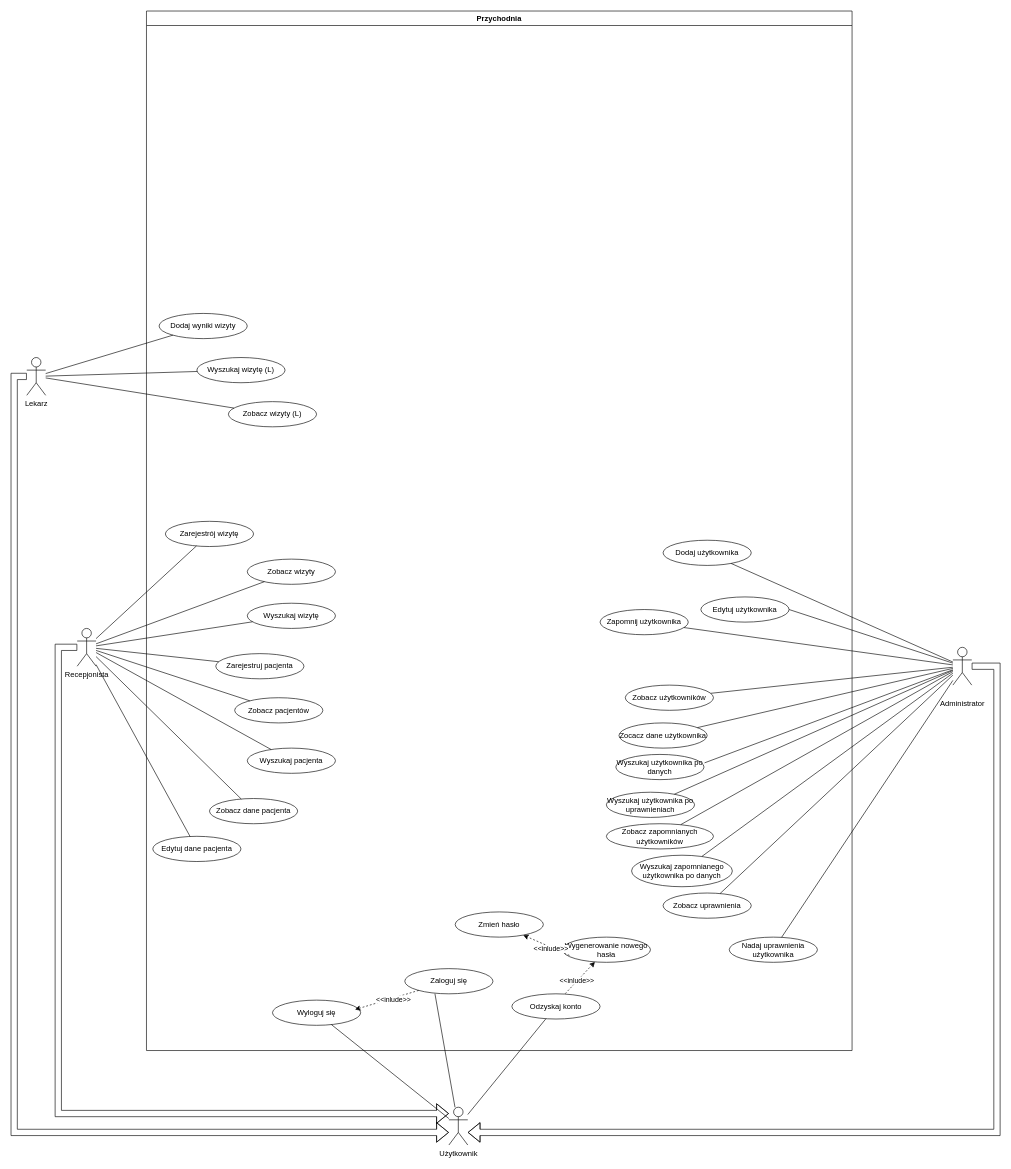
This is Przpdaki użycia.drawio from szynutix-sz/ProjektPrzychodnia, a draw.io file, before an edit. Source tidied: cells renumbered, new cells numbered last; positions are measured from the earlier drawing's top-left corner, leaving out a move shared by most shapes. Both pictures are drawn from the tidied source at 63%, with x=0, y=0 at pixel (14, 11).
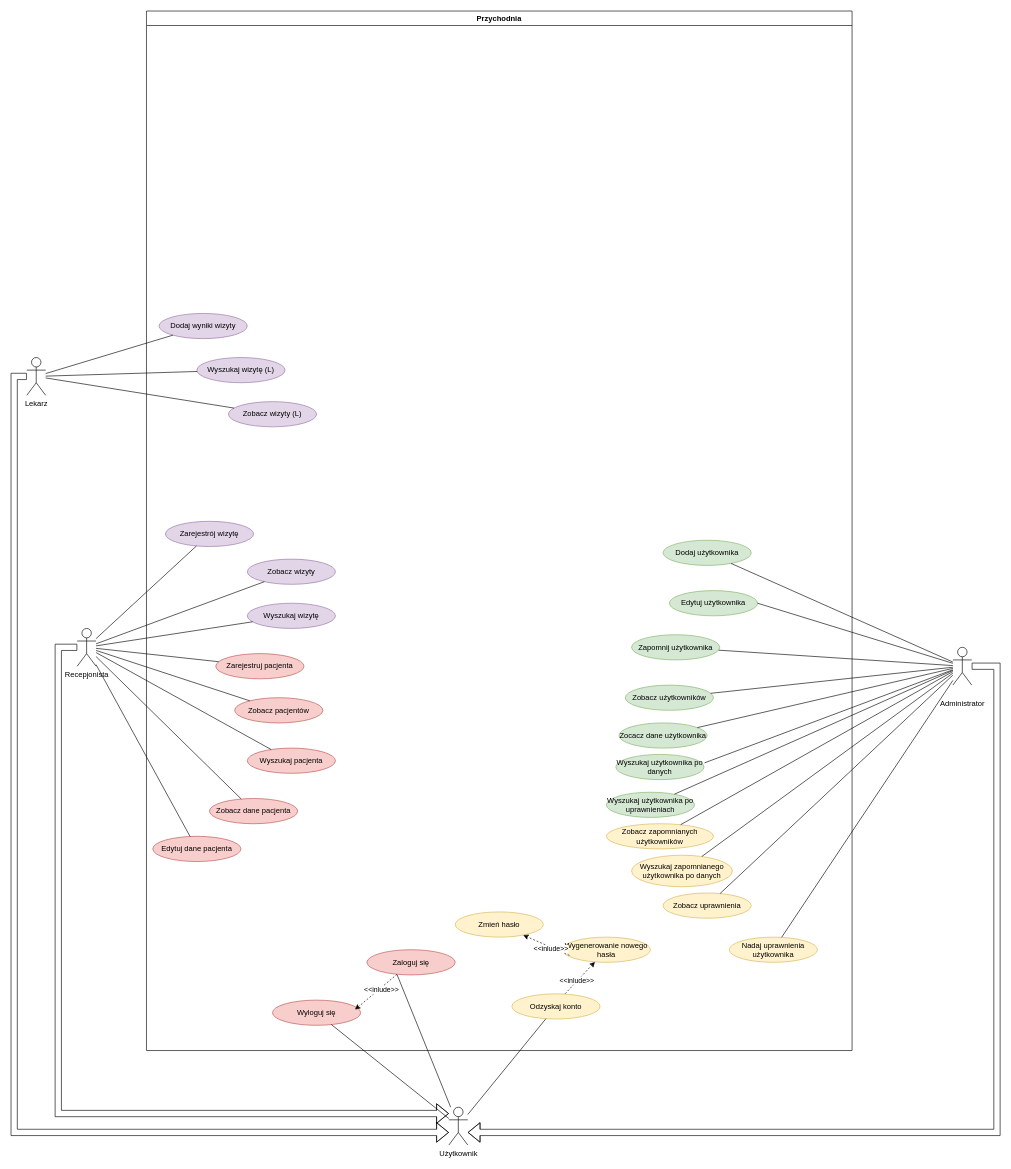
The same page after the edit.

Commit message:
Update Przpdaki użycia.drawio  - podział pracy przy dokumentacji

The change refers to these unchanged cells:
```xml
<mxCell id="2" value="Przychodnia" style="swimlane;whiteSpace=wrap;html=1;" parent="1" vertex="1">
  <mxGeometry x="210" width="1120" height="1650" as="geometry" />
</mxCell>
```

Diff of the diagram source:
```diff
@@
-    <mxCell id="3" value="Dodaj użytkownika" style="ellipse;whiteSpace=wrap;html=1;" parent="2" vertex="1">
+    <mxCell id="3" value="Dodaj użytkownika" style="ellipse;whiteSpace=wrap;html=1;fillColor=#d5e8d4;strokeColor=#82b366;" parent="2" vertex="1">
       <mxGeometry x="820" y="840" width="140" height="40" as="geometry" />
     </mxCell>
-    <mxCell id="4" value="Edytuj użytkownika" style="ellipse;whiteSpace=wrap;html=1;" parent="2" vertex="1">
-      <mxGeometry x="880" y="930" width="140" height="40" as="geometry" />
+    <mxCell id="4" value="Edytuj użytkownika" style="ellipse;whiteSpace=wrap;html=1;fillColor=#d5e8d4;strokeColor=#82b366;" parent="2" vertex="1">
+      <mxGeometry x="830" y="920" width="140" height="40" as="geometry" />
     </mxCell>
-    <mxCell id="5" value="Zapomnij użytkownika" style="ellipse;whiteSpace=wrap;html=1;" parent="2" vertex="1">
-      <mxGeometry x="720" y="950" width="140" height="40" as="geometry" />
+    <mxCell id="5" value="Zapomnij użytkownika" style="ellipse;whiteSpace=wrap;html=1;fillColor=#d5e8d4;strokeColor=#82b366;" parent="2" vertex="1">
+      <mxGeometry x="770" y="990" width="140" height="40" as="geometry" />
     </mxCell>
-    <mxCell id="6" value="Zobacz użytkowników" style="ellipse;whiteSpace=wrap;html=1;" parent="2" vertex="1">
+    <mxCell id="6" value="Zobacz użytkowników" style="ellipse;whiteSpace=wrap;html=1;fillColor=#d5e8d4;strokeColor=#82b366;" parent="2" vertex="1">
       <mxGeometry x="760" y="1070" width="140" height="40" as="geometry" />
     </mxCell>
-    <mxCell id="7" value="Zobacz zapomnianych użytkowników" style="ellipse;whiteSpace=wrap;html=1;" parent="2" vertex="1">
+    <mxCell id="7" value="Zobacz zapomnianych użytkowników" style="ellipse;whiteSpace=wrap;html=1;fillColor=#fff2cc;strokeColor=#d6b656;" parent="2" vertex="1">
       <mxGeometry x="730" y="1290" width="170" height="40" as="geometry" />
     </mxCell>
-    <mxCell id="8" value="Zobacz uprawnienia" style="ellipse;whiteSpace=wrap;html=1;" parent="2" vertex="1">
+    <mxCell id="8" value="Zobacz uprawnienia" style="ellipse;whiteSpace=wrap;html=1;fillColor=#fff2cc;strokeColor=#d6b656;" parent="2" vertex="1">
       <mxGeometry x="820" y="1400" width="140" height="40" as="geometry" />
     </mxCell>
-    <mxCell id="9" value="Wyszukaj użytkownika po danych" style="ellipse;whiteSpace=wrap;html=1;" parent="2" vertex="1">
+    <mxCell id="9" value="Wyszukaj użytkownika po danych" style="ellipse;whiteSpace=wrap;html=1;fillColor=#d5e8d4;strokeColor=#82b366;" parent="2" vertex="1">
       <mxGeometry x="745" y="1180" width="140" height="40" as="geometry" />
     </mxCell>
-    <mxCell id="10" value="Wyszukaj zapomnianego użytkownika po danych" style="ellipse;whiteSpace=wrap;html=1;" parent="2" vertex="1">
+    <mxCell id="10" value="Wyszukaj zapomnianego użytkownika po danych" style="ellipse;whiteSpace=wrap;html=1;fillColor=#fff2cc;strokeColor=#d6b656;" parent="2" vertex="1">
       <mxGeometry x="770" y="1340" width="160" height="50" as="geometry" />
     </mxCell>
-    <mxCell id="11" value="Zocacz dane użytkownika" style="ellipse;whiteSpace=wrap;html=1;" parent="2" vertex="1">
+    <mxCell id="11" value="Zocacz dane użytkownika" style="ellipse;whiteSpace=wrap;html=1;fillColor=#d5e8d4;strokeColor=#82b366;" parent="2" vertex="1">
       <mxGeometry x="750" y="1130" width="140" height="40" as="geometry" />
     </mxCell>
-    <mxCell id="12" value="Nadaj uprawnienia użytkownika" style="ellipse;whiteSpace=wrap;html=1;" parent="2" vertex="1">
+    <mxCell id="12" value="Nadaj uprawnienia użytkownika" style="ellipse;whiteSpace=wrap;html=1;fillColor=#fff2cc;strokeColor=#d6b656;" parent="2" vertex="1">
       <mxGeometry x="925" y="1470" width="140" height="40" as="geometry" />
     </mxCell>
-    <mxCell id="13" value="Wyszukaj użytkownika po uprawnieniach" style="ellipse;whiteSpace=wrap;html=1;" parent="2" vertex="1">
+    <mxCell id="13" value="Wyszukaj użytkownika po uprawnieniach" style="ellipse;whiteSpace=wrap;html=1;fillColor=#d5e8d4;strokeColor=#82b366;" parent="2" vertex="1">
       <mxGeometry x="730" y="1240" width="140" height="40" as="geometry" />
     </mxCell>
-    <mxCell id="14" value="Zaloguj się" style="ellipse;whiteSpace=wrap;html=1;" parent="2" vertex="1">
-      <mxGeometry x="410" y="1520" width="140" height="40" as="geometry" />
+    <mxCell id="14" value="Zaloguj się" style="ellipse;whiteSpace=wrap;html=1;fillColor=#f8cecc;strokeColor=#b85450;" parent="2" vertex="1">
+      <mxGeometry x="350" y="1490" width="140" height="40" as="geometry" />
     </mxCell>
-    <mxCell id="15" value="Wyloguj się" style="ellipse;whiteSpace=wrap;html=1;" parent="2" vertex="1">
+    <mxCell id="15" value="Wyloguj się" style="ellipse;whiteSpace=wrap;html=1;fillColor=#f8cecc;strokeColor=#b85450;" parent="2" vertex="1">
       <mxGeometry x="200" y="1570" width="140" height="40" as="geometry" />
     </mxCell>
-    <mxCell id="16" value="Odzyskaj konto" style="ellipse;whiteSpace=wrap;html=1;" parent="2" vertex="1">
+    <mxCell id="16" value="Odzyskaj konto" style="ellipse;whiteSpace=wrap;html=1;fillColor=#fff2cc;strokeColor=#d6b656;" parent="2" vertex="1">
       <mxGeometry x="580" y="1560" width="140" height="40" as="geometry" />
     </mxCell>
-    <mxCell id="17" value="Wygenerowanie nowego hasła" style="ellipse;whiteSpace=wrap;html=1;" parent="2" vertex="1">
+    <mxCell id="17" value="Wygenerowanie nowego hasła" style="ellipse;whiteSpace=wrap;html=1;fillColor=#fff2cc;strokeColor=#d6b656;" parent="2" vertex="1">
       <mxGeometry x="660" y="1470" width="140" height="40" as="geometry" />
     </mxCell>
-    <mxCell id="18" value="Zmień hasło" style="ellipse;whiteSpace=wrap;html=1;" parent="2" vertex="1">
+    <mxCell id="18" value="Zmień hasło" style="ellipse;whiteSpace=wrap;html=1;fillColor=#fff2cc;strokeColor=#d6b656;" parent="2" vertex="1">
       <mxGeometry x="490" y="1430" width="140" height="40" as="geometry" />
     </mxCell>
-    <mxCell id="19" value="Zarejestruj pacjenta" style="ellipse;whiteSpace=wrap;html=1;" parent="2" vertex="1">
+    <mxCell id="19" value="Zarejestruj pacjenta" style="ellipse;whiteSpace=wrap;html=1;fillColor=#f8cecc;strokeColor=#b85450;" parent="2" vertex="1">
       <mxGeometry x="110" y="1020" width="140" height="40" as="geometry" />
     </mxCell>
-    <mxCell id="20" value="Zobacz pacjentów" style="ellipse;whiteSpace=wrap;html=1;" parent="2" vertex="1">
+    <mxCell id="20" value="Zobacz pacjentów" style="ellipse;whiteSpace=wrap;html=1;fillColor=#f8cecc;strokeColor=#b85450;" parent="2" vertex="1">
       <mxGeometry x="140" y="1090" width="140" height="40" as="geometry" />
     </mxCell>
-    <mxCell id="21" value="Wyszukaj pacjenta" style="ellipse;whiteSpace=wrap;html=1;" parent="2" vertex="1">
+    <mxCell id="21" value="Wyszukaj pacjenta" style="ellipse;whiteSpace=wrap;html=1;fillColor=#f8cecc;strokeColor=#b85450;" parent="2" vertex="1">
       <mxGeometry x="160" y="1170" width="140" height="40" as="geometry" />
     </mxCell>
-    <mxCell id="22" value="Zobacz dane pacjenta" style="ellipse;whiteSpace=wrap;html=1;" parent="2" vertex="1">
+    <mxCell id="22" value="Zobacz dane pacjenta" style="ellipse;whiteSpace=wrap;html=1;fillColor=#f8cecc;strokeColor=#b85450;" parent="2" vertex="1">
       <mxGeometry x="100" y="1250" width="140" height="40" as="geometry" />
     </mxCell>
-    <mxCell id="23" value="Edytuj dane pacjenta" style="ellipse;whiteSpace=wrap;html=1;" parent="2" vertex="1">
+    <mxCell id="23" value="Edytuj dane pacjenta" style="ellipse;whiteSpace=wrap;html=1;fillColor=#f8cecc;strokeColor=#b85450;" parent="2" vertex="1">
       <mxGeometry x="10" y="1310" width="140" height="40" as="geometry" />
     </mxCell>
-    <mxCell id="24" value="Zarejestrój wizytę" style="ellipse;whiteSpace=wrap;html=1;" parent="2" vertex="1">
+    <mxCell id="24" value="Zarejestrój wizytę" style="ellipse;whiteSpace=wrap;html=1;fillColor=#e1d5e7;strokeColor=#9673a6;" parent="2" vertex="1">
       <mxGeometry x="30" y="810" width="140" height="40" as="geometry" />
     </mxCell>
-    <mxCell id="25" value="Zobacz wizyty (L)" style="ellipse;whiteSpace=wrap;html=1;" parent="2" vertex="1">
+    <mxCell id="25" value="Zobacz wizyty (L)" style="ellipse;whiteSpace=wrap;html=1;fillColor=#e1d5e7;strokeColor=#9673a6;" parent="2" vertex="1">
       <mxGeometry x="130" y="620" width="140" height="40" as="geometry" />
     </mxCell>
-    <mxCell id="26" value="Zobacz wizyty" style="ellipse;whiteSpace=wrap;html=1;" parent="2" vertex="1">
+    <mxCell id="26" value="Zobacz wizyty" style="ellipse;whiteSpace=wrap;html=1;fillColor=#e1d5e7;strokeColor=#9673a6;" parent="2" vertex="1">
       <mxGeometry x="160" y="870" width="140" height="40" as="geometry" />
     </mxCell>
-    <mxCell id="27" value="Wyszukaj wizytę (L)" style="ellipse;whiteSpace=wrap;html=1;" parent="2" vertex="1">
+    <mxCell id="27" value="Wyszukaj wizytę (L)" style="ellipse;whiteSpace=wrap;html=1;fillColor=#e1d5e7;strokeColor=#9673a6;" parent="2" vertex="1">
       <mxGeometry x="80" y="550" width="140" height="40" as="geometry" />
     </mxCell>
-    <mxCell id="28" value="Wyszukaj wizytę" style="ellipse;whiteSpace=wrap;html=1;" parent="2" vertex="1">
+    <mxCell id="28" value="Wyszukaj wizytę" style="ellipse;whiteSpace=wrap;html=1;fillColor=#e1d5e7;strokeColor=#9673a6;" parent="2" vertex="1">
       <mxGeometry x="160" y="940" width="140" height="40" as="geometry" />
     </mxCell>
-    <mxCell id="29" value="Dodaj wyniki wizyty" style="ellipse;whiteSpace=wrap;html=1;" parent="2" vertex="1">
+    <mxCell id="29" value="Dodaj wyniki wizyty" style="ellipse;whiteSpace=wrap;html=1;fillColor=#e1d5e7;strokeColor=#9673a6;" parent="2" vertex="1">
       <mxGeometry x="20" y="480" width="140" height="40" as="geometry" />
     </mxCell>
```
